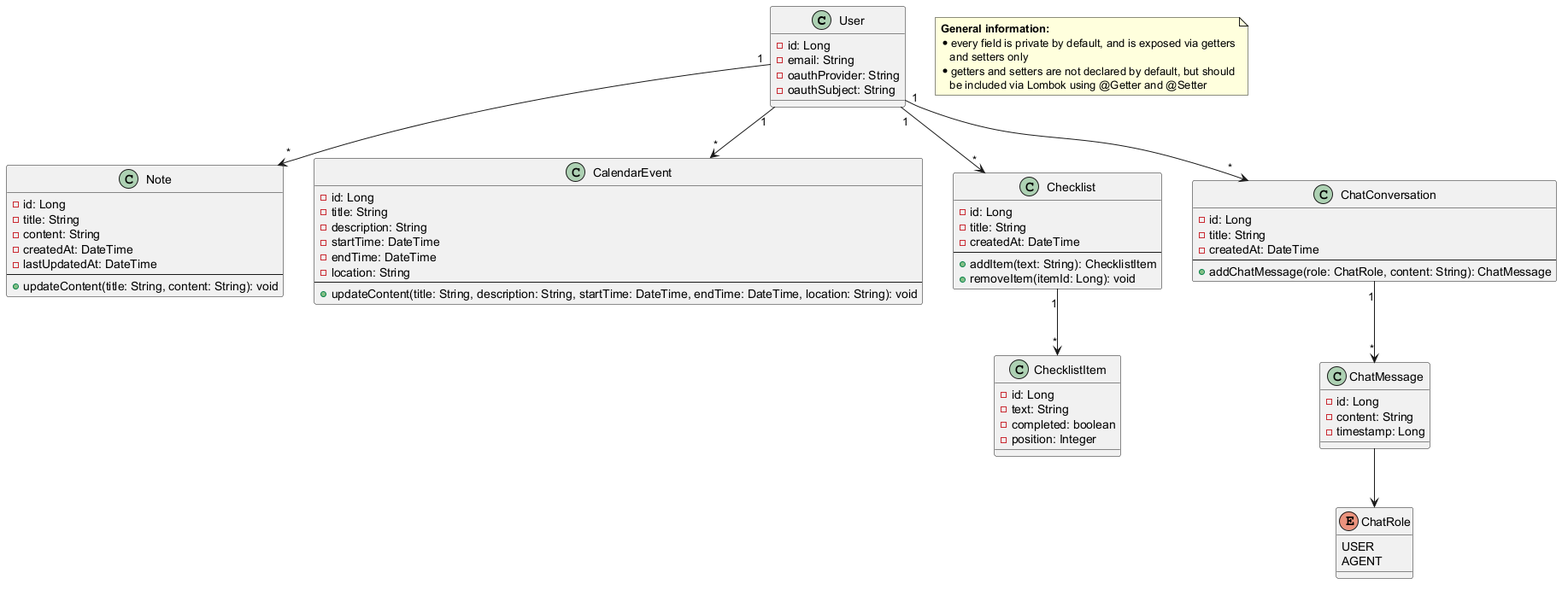
Above: docs/class.png in AET-DevOps26/team-devopss26 (PlantUML), before the change. Its diagram source:
```plantuml
@startuml
class User {
	- id: Long
	- email: String
	- oauthProvider: String
	- oauthSubject: String
}

class Note {
	- id: Long
	- title: String
	- content: String
	- createdAt: DateTime
	- lastUpdatedAt: DateTime
	--
	+ updateContent(title: String, content: String): void
}

class CalendarEvent {
	- id: Long
	- title: String
	- description: String
	- startTime: DateTime
	- endTime: DateTime
	- location: String
	--
	+ updateContent(title: String, description: String, startTime: DateTime, endTime: DateTime, location: String): void
}

class Checklist {
	- id: Long
	- title: String
	- createdAt: DateTime
	--
	+ addItem(text: String): ChecklistItem
	+ removeItem(itemId: Long): void
}

class ChecklistItem {
	- id: Long
	- text: String
	- completed: boolean
	- position: Integer
}

class ChatConversation {
	- id: Long
	- title: String
	- createdAt: DateTime
	--
	+ addChatMessage(role: ChatRole, content: String): ChatMessage
}

class ChatMessage {
	- id: Long
	- content: String
	- timestamp: Long
}

enum ChatRole {
	USER
	AGENT
}

note as GlobalInfo
  **General information:**
  * every field is private by default, and is exposed via getters
     and setters only
  * getters and setters are not declared by default, but should
     be included via Lombok using @Getter and @Setter
end note

User "1" --> "*" Note
User "1" --> "*" CalendarEvent
User "1" --> "*" Checklist
Checklist "1" --> "*" ChecklistItem
User "1" --> "*" ChatConversation
ChatConversation "1" --> "*" ChatMessage
ChatMessage --> ChatRole
@enduml
```
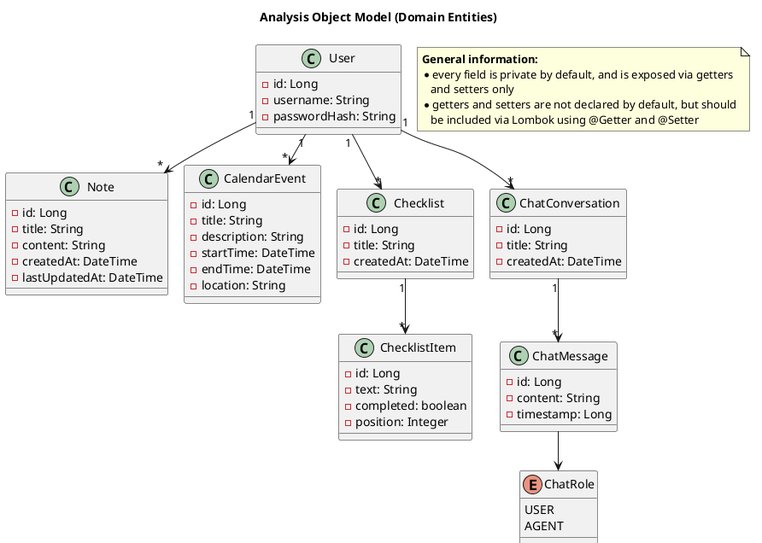
Later version of the same file.

Diff of the diagram source:
```diff
@@ -1,9 +1,11 @@
 @startuml
+!pragma layout smetana
+
+title Analysis Object Model (Domain Entities)
 class User {
 	- id: Long
-	- email: String
-	- oauthProvider: String
-	- oauthSubject: String
+	- username: String
+	- passwordHash: String
 }
 
 class Note {
@@ -12,8 +14,6 @@
 	- content: String
 	- createdAt: DateTime
 	- lastUpdatedAt: DateTime
-	--
-	+ updateContent(title: String, content: String): void
 }
 
 class CalendarEvent {
@@ -23,17 +23,12 @@
 	- startTime: DateTime
 	- endTime: DateTime
 	- location: String
-	--
-	+ updateContent(title: String, description: String, startTime: DateTime, endTime: DateTime, location: String): void
 }
 
 class Checklist {
 	- id: Long
 	- title: String
 	- createdAt: DateTime
-	--
-	+ addItem(text: String): ChecklistItem
-	+ removeItem(itemId: Long): void
 }
 
 class ChecklistItem {
@@ -47,8 +42,6 @@
 	- id: Long
 	- title: String
 	- createdAt: DateTime
-	--
-	+ addChatMessage(role: ChatRole, content: String): ChatMessage
 }
 
 class ChatMessage {
```
